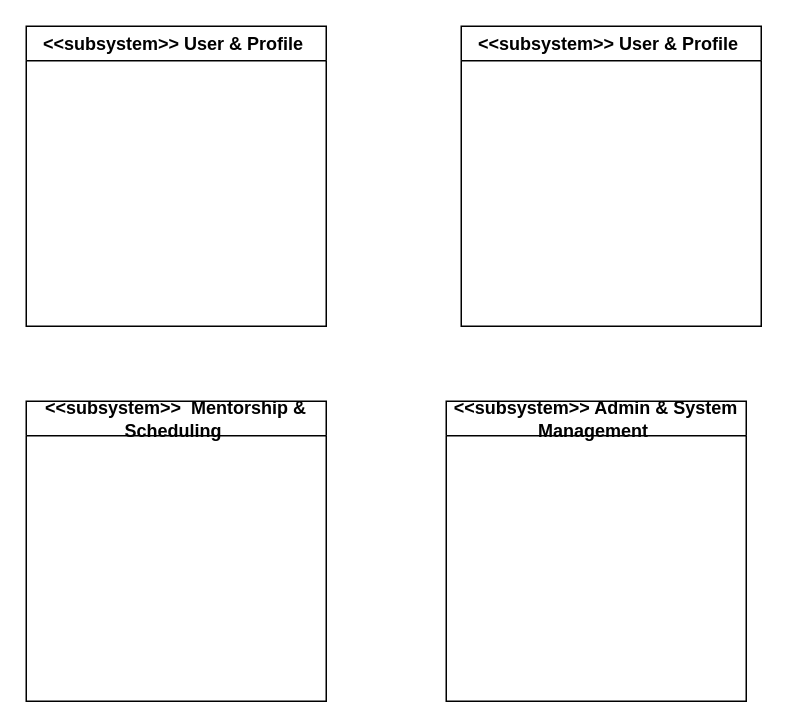
Earlier version of the draw.io diagram ADD_Component_Diagram_Merve_Pakcan.drawio (mervepakcan/Career-Path-App--Software-Development-Project-). Source tidied: cells renumbered, new cells numbered last; positions are measured from the earlier drawing's top-left corner, leaving out a move shared by most shapes. Both pictures are drawn from the tidied source at 150%, with x=0, y=0 at pixel (26, 26).
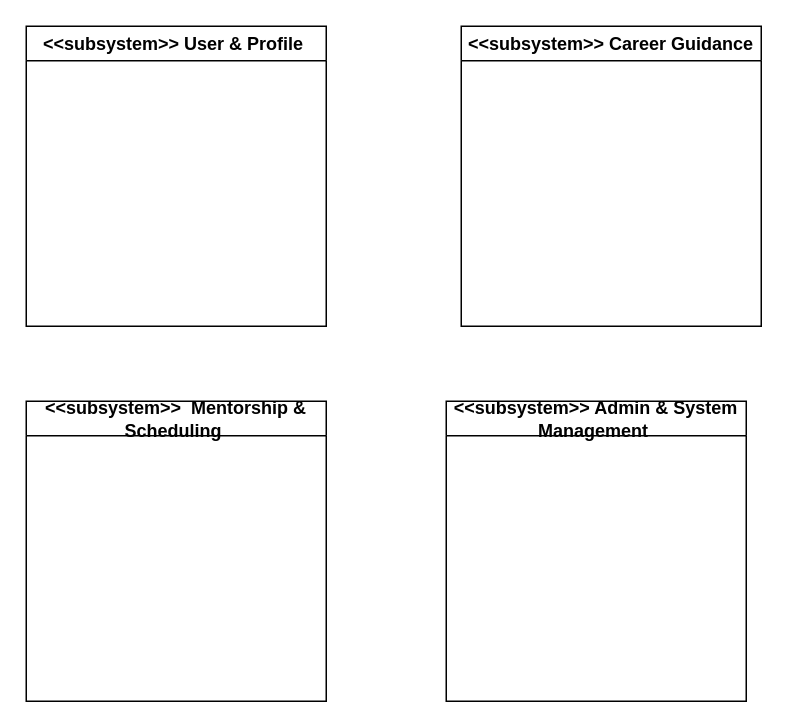
The same diagram, later.

Change to the diagram source:
```diff
@@
 <mxGraphModel>
   <root>
     <mxCell id="0" />
     <mxCell id="1" parent="0" />
     <mxCell id="2" value="&amp;lt;&amp;lt;subsystem&amp;gt;&amp;gt; User &amp;amp; Profile&amp;nbsp;" style="swimlane;whiteSpace=wrap;html=1;" parent="1" vertex="1">
       <mxGeometry width="200" height="200" as="geometry" />
     </mxCell>
     <mxCell id="3" value="&amp;lt;&amp;lt;subsystem&amp;gt;&amp;gt;&amp;nbsp;&amp;nbsp;Mentorship &amp;amp; Scheduling&amp;nbsp;" style="swimlane;whiteSpace=wrap;html=1;" parent="1" vertex="1">
       <mxGeometry y="250" width="200" height="200" as="geometry" />
     </mxCell>
     <mxCell id="4" value="&amp;lt;&amp;lt;subsystem&amp;gt;&amp;gt; Admin &amp;amp; System Management&amp;nbsp;" style="swimlane;whiteSpace=wrap;html=1;" parent="1" vertex="1">
       <mxGeometry x="280" y="250" width="200" height="200" as="geometry" />
     </mxCell>
-    <mxCell id="5" value="&amp;lt;&amp;lt;subsystem&amp;gt;&amp;gt; User &amp;amp; Profile&amp;nbsp;" style="swimlane;whiteSpace=wrap;html=1;" parent="1" vertex="1">
+    <mxCell id="5" value="&amp;lt;&amp;lt;subsystem&amp;gt;&amp;gt; Career Guidance" style="swimlane;whiteSpace=wrap;html=1;" parent="1" vertex="1">
       <mxGeometry x="290" width="200" height="200" as="geometry" />
     </mxCell>
   </root>
 </mxGraphModel>
```
